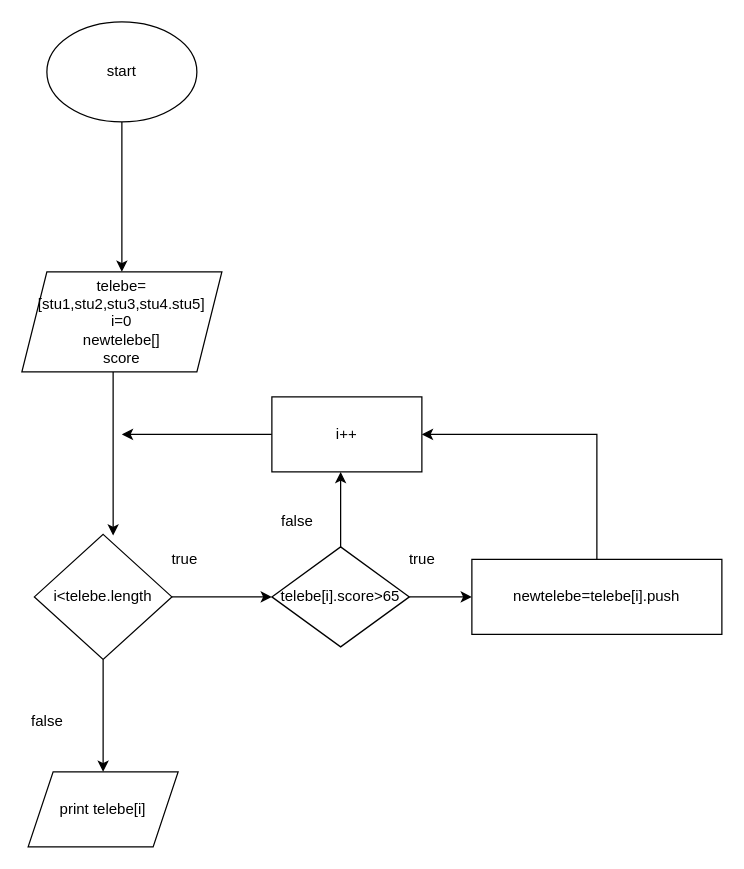
Earlier version of the draw.io diagram elementleritelebearrayindenibaretarray .drawio (Rufatsb/first). Source tidied: cells renumbered, new cells numbered last; positions are measured from the earlier drawing's top-left corner, leaving out a move shared by most shapes. Both pictures are drawn from the tidied source at 125%, with x=0, y=0 at pixel (21, 21).
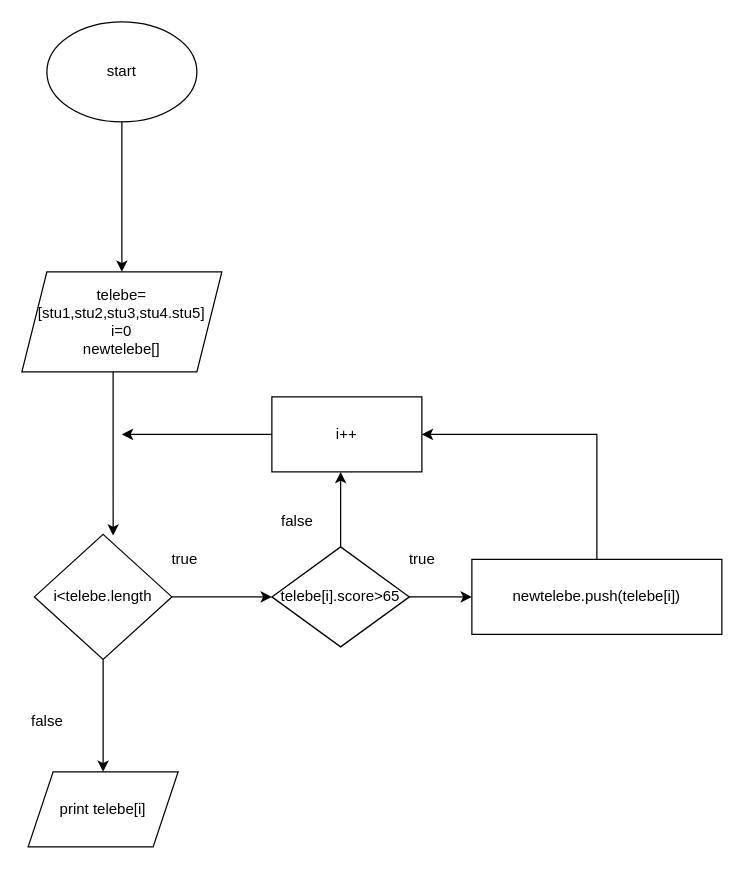
After the change.

The edit, as a diff of the source:
```diff
@@
-    <mxCell id="5" value="telebe=[stu1,stu2,stu3,stu4.stu5]&lt;br&gt;i=0&lt;br&gt;newtelebe[]&lt;br&gt;score" style="shape=parallelogram;perimeter=parallelogramPerimeter;whiteSpace=wrap;html=1;fixedSize=1;" parent="1" vertex="1">
+    <mxCell id="5" value="telebe=[stu1,stu2,stu3,stu4.stu5]&lt;br&gt;i=0&lt;br&gt;newtelebe[]&lt;br&gt;" style="shape=parallelogram;perimeter=parallelogramPerimeter;whiteSpace=wrap;html=1;fixedSize=1;" parent="1" vertex="1">
       <mxGeometry y="200" width="160" height="80" as="geometry" />
     </mxCell>
@@
-    <mxCell id="18" value="newtelebe=telebe[i].push" style="rounded=0;whiteSpace=wrap;html=1;" parent="1" vertex="1">
+    <mxCell id="18" value="newtelebe.push(telebe[i])" style="rounded=0;whiteSpace=wrap;html=1;" parent="1" vertex="1">
       <mxGeometry x="360" y="430" width="200" height="60" as="geometry" />
     </mxCell>
```
